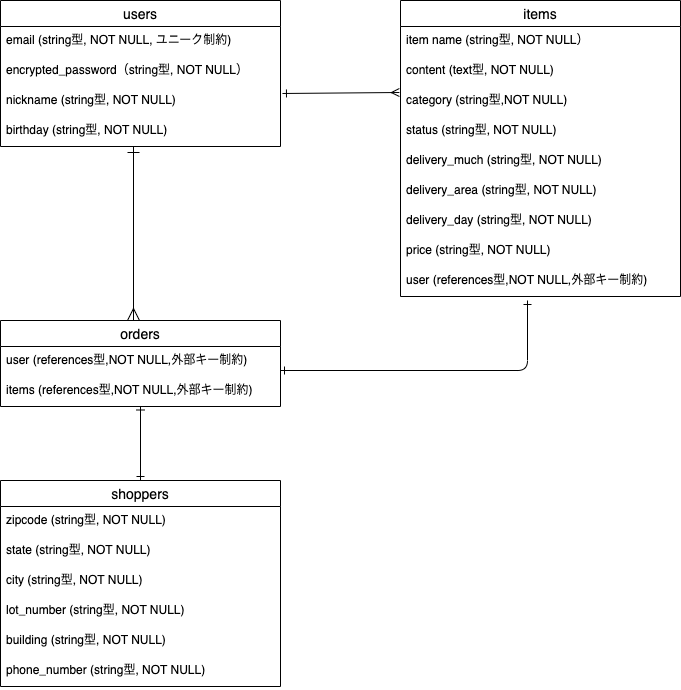
Before: .drawio.png, a diagram exported from draw.io (misternogood/furima-38601). Source tidied: cells renumbered, new cells last; positions are measured from the earlier drawing's top-left corner, leaving out a move shared by most shapes.
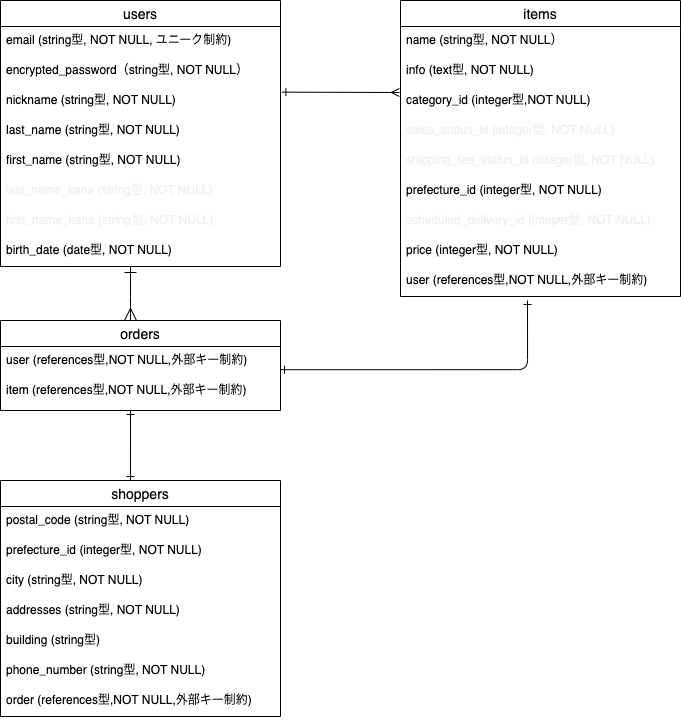
Above is the later version.

The edit, as a diff of the source:
```diff
@@ -2,11 +2,11 @@
   <root>
     <mxCell id="0" />
     <mxCell id="1" parent="0" />
-    <mxCell id="2" style="edgeStyle=none;html=1;exitX=1.007;exitY=0.233;exitDx=0;exitDy=0;exitPerimeter=0;entryX=-0.004;entryY=0.2;entryDx=0;entryDy=0;entryPerimeter=0;strokeColor=default;endArrow=ERmany;endFill=0;startArrow=ERone;startFill=0;" parent="1" edge="1" source="6" target="11">
+    <mxCell id="2" style="edgeStyle=none;html=1;entryX=-0.004;entryY=0.2;entryDx=0;entryDy=0;entryPerimeter=0;strokeColor=default;endArrow=ERmany;endFill=0;startArrow=ERone;startFill=0;exitX=1.005;exitY=0.188;exitDx=0;exitDy=0;exitPerimeter=0;" parent="1" edge="1" source="6" target="11">
       <mxGeometry relative="1" as="geometry" />
     </mxCell>
     <mxCell id="3" value="users" style="swimlane;fontStyle=0;horizontal=1;startSize=26;align=center;fontSize=14;" parent="1" vertex="1">
-      <mxGeometry width="280" height="146" as="geometry" />
+      <mxGeometry width="280" height="266" as="geometry" />
     </mxCell>
     <mxCell id="4" value="email (string型, NOT NULL, ユニーク制約)" style="text;strokeColor=none;fillColor=none;spacingLeft=4;spacingRight=4;overflow=hidden;fontSize=12;" parent="3" vertex="1">
       <mxGeometry y="26" width="280" height="30" as="geometry" />
@@ -17,50 +17,68 @@
     <mxCell id="6" value="nickname (string型, NOT NULL)" style="text;strokeColor=none;fillColor=none;spacingLeft=4;spacingRight=4;overflow=hidden;points=[[0,0.5],[1,0.5]];portConstraint=eastwest;fontSize=12;" parent="3" vertex="1">
       <mxGeometry y="86" width="280" height="30" as="geometry" />
     </mxCell>
+    <mxCell id="31" value="last_name (string型, NOT NULL)" style="text;strokeColor=none;fillColor=none;spacingLeft=4;spacingRight=4;overflow=hidden;fontSize=12;" parent="3" vertex="1">
+      <mxGeometry y="116" width="280" height="30" as="geometry" />
+    </mxCell>
+    <mxCell id="32" value="first_name (string型, NOT NULL)" style="text;strokeColor=none;fillColor=none;spacingLeft=4;spacingRight=4;overflow=hidden;fontSize=12;" parent="3" vertex="1">
+      <mxGeometry y="146" width="280" height="30" as="geometry" />
+    </mxCell>
+    <mxCell id="33" value="last_name_kana (string型, NOT NULL)" style="text;strokeColor=none;fillColor=none;spacingLeft=4;spacingRight=4;overflow=hidden;fontSize=12;fontColor=#F0F0F0;" parent="3" vertex="1">
+      <mxGeometry y="176" width="280" height="30" as="geometry" />
+    </mxCell>
+    <mxCell id="34" value="first_name_kana (string型, NOT NULL)" style="text;strokeColor=none;fillColor=none;spacingLeft=4;spacingRight=4;overflow=hidden;fontSize=12;fontColor=#F0F0F0;" parent="3" vertex="1">
+      <mxGeometry y="206" width="280" height="30" as="geometry" />
+    </mxCell>
-    <mxCell id="7" value="birthday (string型, NOT NULL)" style="text;strokeColor=none;fillColor=none;spacingLeft=4;spacingRight=4;overflow=hidden;points=[[0,0.5],[1,0.5]];portConstraint=eastwest;fontSize=12;" parent="3" vertex="1">
-      <mxGeometry y="116" width="280" height="30" as="geometry" />
+    <mxCell id="7" value="birth_date (date型, NOT NULL)" style="text;strokeColor=none;fillColor=none;spacingLeft=4;spacingRight=4;overflow=hidden;points=[[0,0.5],[1,0.5]];portConstraint=eastwest;fontSize=12;" parent="3" vertex="1">
+      <mxGeometry y="236" width="280" height="30" as="geometry" />
     </mxCell>
     <mxCell id="8" value="items" style="swimlane;fontStyle=0;horizontal=1;startSize=26;align=center;fontSize=14;" parent="1" vertex="1">
       <mxGeometry x="400" width="280" height="296" as="geometry" />
     </mxCell>
-    <mxCell id="9" value="item name (string型, NOT NULL）" style="text;strokeColor=none;fillColor=none;spacingLeft=4;spacingRight=4;overflow=hidden;fontSize=12;" parent="8" vertex="1">
+    <mxCell id="9" value="name (string型, NOT NULL）" style="text;strokeColor=none;fillColor=none;spacingLeft=4;spacingRight=4;overflow=hidden;fontSize=12;" parent="8" vertex="1">
       <mxGeometry y="26" width="280" height="30" as="geometry" />
     </mxCell>
-    <mxCell id="10" value="content (text型, NOT NULL)" style="text;strokeColor=none;fillColor=none;spacingLeft=4;spacingRight=4;overflow=hidden;fontSize=12;" parent="8" vertex="1">
+    <mxCell id="10" value="info (text型, NOT NULL)" style="text;strokeColor=none;fillColor=none;spacingLeft=4;spacingRight=4;overflow=hidden;fontSize=12;" parent="8" vertex="1">
       <mxGeometry y="56" width="280" height="30" as="geometry" />
     </mxCell>
-    <mxCell id="11" value="category (string型,NOT NULL)" style="text;strokeColor=none;fillColor=none;spacingLeft=4;spacingRight=4;overflow=hidden;points=[[0,0.5],[1,0.5]];portConstraint=eastwest;fontSize=12;" parent="8" vertex="1">
+    <mxCell id="11" value="category_id (integer型,NOT NULL)" style="text;strokeColor=none;fillColor=none;spacingLeft=4;spacingRight=4;overflow=hidden;points=[[0,0.5],[1,0.5]];portConstraint=eastwest;fontSize=12;" parent="8" vertex="1">
       <mxGeometry y="86" width="280" height="30" as="geometry" />
     </mxCell>
-    <mxCell id="12" value="status (string型, NOT NULL)" style="text;strokeColor=none;fillColor=none;spacingLeft=4;spacingRight=4;overflow=hidden;fontSize=12;" parent="8" vertex="1">
+    <mxCell id="12" value="sales_status_id (integer型, NOT NULL)" style="text;strokeColor=none;fillColor=none;spacingLeft=4;spacingRight=4;overflow=hidden;fontSize=12;fontColor=#F0F0F0;" parent="8" vertex="1">
       <mxGeometry y="116" width="280" height="30" as="geometry" />
     </mxCell>
-    <mxCell id="13" value="delivery_much (string型, NOT NULL)" style="text;strokeColor=none;fillColor=none;spacingLeft=4;spacingRight=4;overflow=hidden;fontSize=12;" parent="8" vertex="1">
+    <mxCell id="13" value="shipping_fee_status_id (integer型, NOT NULL)" style="text;strokeColor=none;fillColor=none;spacingLeft=4;spacingRight=4;overflow=hidden;fontSize=12;fontColor=#F0F0F0;" parent="8" vertex="1">
       <mxGeometry y="146" width="280" height="30" as="geometry" />
     </mxCell>
-    <mxCell id="14" value="delivery_area (string型, NOT NULL)" style="text;strokeColor=none;fillColor=none;spacingLeft=4;spacingRight=4;overflow=hidden;fontSize=12;" parent="8" vertex="1">
+    <mxCell id="14" value="prefecture_id (integer型, NOT NULL)" style="text;strokeColor=none;fillColor=none;spacingLeft=4;spacingRight=4;overflow=hidden;fontSize=12;" parent="8" vertex="1">
       <mxGeometry y="176" width="280" height="30" as="geometry" />
     </mxCell>
-    <mxCell id="15" value="delivery_day (string型, NOT NULL)" style="text;strokeColor=none;fillColor=none;spacingLeft=4;spacingRight=4;overflow=hidden;fontSize=12;" parent="8" vertex="1">
+    <mxCell id="15" value="scheduled_delivery_id (integer型, NOT NULL)" style="text;strokeColor=none;fillColor=none;spacingLeft=4;spacingRight=4;overflow=hidden;fontSize=12;fontColor=#F0F0F0;" parent="8" vertex="1">
       <mxGeometry y="206" width="280" height="30" as="geometry" />
     </mxCell>
-    <mxCell id="16" value="price (string型, NOT NULL)" style="text;strokeColor=none;fillColor=none;spacingLeft=4;spacingRight=4;overflow=hidden;fontSize=12;" parent="8" vertex="1">
+    <mxCell id="16" value="price (integer型, NOT NULL)" style="text;strokeColor=none;fillColor=none;spacingLeft=4;spacingRight=4;overflow=hidden;fontSize=12;" parent="8" vertex="1">
       <mxGeometry y="236" width="280" height="30" as="geometry" />
     </mxCell>
     <mxCell id="17" value="user (references型,NOT NULL,外部キー制約)" style="text;strokeColor=none;fillColor=none;spacingLeft=4;spacingRight=4;overflow=hidden;fontSize=12;" parent="8" vertex="1">
       <mxGeometry y="266" width="280" height="30" as="geometry" />
     </mxCell>
     <mxCell id="18" value="orders" style="swimlane;fontStyle=0;horizontal=1;startSize=26;align=center;fontSize=14;" parent="1" vertex="1">
-      <mxGeometry y="320" width="280" height="86" as="geometry" />
+      <mxGeometry y="320" width="280" height="90" as="geometry" />
     </mxCell>
     <mxCell id="19" value="user (references型,NOT NULL,外部キー制約)" style="text;strokeColor=none;fillColor=none;spacingLeft=4;spacingRight=4;overflow=hidden;fontSize=12;" parent="18" vertex="1">
       <mxGeometry y="26" width="280" height="30" as="geometry" />
     </mxCell>
-    <mxCell id="20" value="items (references型,NOT NULL,外部キー制約)" style="text;strokeColor=none;fillColor=none;spacingLeft=4;spacingRight=4;overflow=hidden;points=[[0,0.5],[1,0.5]];portConstraint=eastwest;fontSize=12;" parent="18" vertex="1">
-      <mxGeometry y="56" width="280" height="30" as="geometry" />
+    <mxCell id="20" value="item (references型,NOT NULL,外部キー制約)" style="text;strokeColor=none;fillColor=none;spacingLeft=4;spacingRight=4;overflow=hidden;points=[[0,0.5],[1,0.5]];portConstraint=eastwest;fontSize=12;" parent="18" vertex="1">
+      <mxGeometry y="56" width="280" height="34" as="geometry" />
     </mxCell>
-    <mxCell id="21" style="edgeStyle=none;html=1;exitX=0.475;exitY=1;exitDx=0;exitDy=0;exitPerimeter=0;strokeColor=default;endArrow=ERmany;endFill=0;startArrow=ERone;startFill=0;entryX=0.475;entryY=0;entryDx=0;entryDy=0;entryPerimeter=0;strokeWidth=1;endSize=10;startSize=10;" parent="1" edge="1" source="7" target="18">
-      <mxGeometry relative="1" as="geometry" />
+    <mxCell id="21" style="edgeStyle=none;html=1;strokeColor=default;endArrow=ERmany;endFill=0;startArrow=ERone;startFill=0;strokeWidth=1;endSize=10;startSize=10;" parent="1" edge="1">
+      <mxGeometry relative="1" as="geometry">
+        <mxPoint x="130" y="266" as="sourcePoint" />
+        <mxPoint x="130" y="320" as="targetPoint" />
+        <Array as="points">
+          <mxPoint x="130" y="306" />
+        </Array>
+      </mxGeometry>
     </mxCell>
     <mxCell id="22" style="edgeStyle=orthogonalEdgeStyle;html=1;entryX=1;entryY=-0.2;entryDx=0;entryDy=0;entryPerimeter=0;strokeColor=default;endArrow=ERone;endFill=0;startArrow=ERone;startFill=0;" parent="1" edge="1" target="20">
       <mxGeometry relative="1" as="geometry">
@@ -71,28 +89,33 @@
       </mxGeometry>
     </mxCell>
     <mxCell id="23" value="shoppers" style="swimlane;fontStyle=0;horizontal=1;startSize=26;align=center;fontSize=14;" parent="1" vertex="1">
-      <mxGeometry y="480" width="280" height="206" as="geometry" />
+      <mxGeometry y="480" width="280" height="236" as="geometry" />
     </mxCell>
-    <mxCell id="24" value="zipcode (string型, NOT NULL)" style="text;strokeColor=none;fillColor=none;spacingLeft=4;spacingRight=4;overflow=hidden;fontSize=12;" parent="23" vertex="1">
+    <mxCell id="24" value="postal_code (string型, NOT NULL)" style="text;strokeColor=none;fillColor=none;spacingLeft=4;spacingRight=4;overflow=hidden;fontSize=12;" parent="23" vertex="1">
       <mxGeometry y="26" width="280" height="30" as="geometry" />
     </mxCell>
-    <mxCell id="25" value="state (string型, NOT NULL)" style="text;strokeColor=none;fillColor=none;spacingLeft=4;spacingRight=4;overflow=hidden;fontSize=12;" parent="23" vertex="1">
+    <mxCell id="25" value="prefecture_id (integer型, NOT NULL)" style="text;strokeColor=none;fillColor=none;spacingLeft=4;spacingRight=4;overflow=hidden;fontSize=12;" parent="23" vertex="1">
       <mxGeometry y="56" width="280" height="30" as="geometry" />
     </mxCell>
     <mxCell id="26" value="city (string型, NOT NULL)" style="text;strokeColor=none;fillColor=none;spacingLeft=4;spacingRight=4;overflow=hidden;fontSize=12;" parent="23" vertex="1">
       <mxGeometry y="86" width="280" height="30" as="geometry" />
     </mxCell>
-    <mxCell id="27" value="lot_number (string型, NOT NULL)" style="text;strokeColor=none;fillColor=none;spacingLeft=4;spacingRight=4;overflow=hidden;fontSize=12;" parent="23" vertex="1">
+    <mxCell id="27" value="addresses (string型, NOT NULL)" style="text;strokeColor=none;fillColor=none;spacingLeft=4;spacingRight=4;overflow=hidden;fontSize=12;" parent="23" vertex="1">
       <mxGeometry y="116" width="280" height="30" as="geometry" />
     </mxCell>
-    <mxCell id="28" value="building (string型, NOT NULL)" style="text;strokeColor=none;fillColor=none;spacingLeft=4;spacingRight=4;overflow=hidden;fontSize=12;" parent="23" vertex="1">
+    <mxCell id="28" value="building (string型)" style="text;strokeColor=none;fillColor=none;spacingLeft=4;spacingRight=4;overflow=hidden;fontSize=12;" parent="23" vertex="1">
       <mxGeometry y="146" width="280" height="30" as="geometry" />
     </mxCell>
     <mxCell id="29" value="phone_number (string型, NOT NULL)" style="text;strokeColor=none;fillColor=none;spacingLeft=4;spacingRight=4;overflow=hidden;fontSize=12;" parent="23" vertex="1">
       <mxGeometry y="176" width="280" height="30" as="geometry" />
     </mxCell>
+    <mxCell id="35" value="order (references型,NOT NULL,外部キー制約)" style="text;strokeColor=none;fillColor=none;spacingLeft=4;spacingRight=4;overflow=hidden;fontSize=12;" parent="23" vertex="1">
+      <mxGeometry y="206" width="280" height="30" as="geometry" />
+    </mxCell>
-    <mxCell id="30" style="html=1;strokeColor=default;endArrow=ERone;endFill=0;startArrow=ERone;startFill=0;exitX=0.5;exitY=0.983;exitDx=0;exitDy=0;exitPerimeter=0;" parent="1" edge="1" source="20" target="23">
-      <mxGeometry relative="1" as="geometry" />
+    <mxCell id="30" style="html=1;strokeColor=default;endArrow=ERone;endFill=0;startArrow=ERone;startFill=0;entryX=0.464;entryY=0;entryDx=0;entryDy=0;entryPerimeter=0;" parent="1" edge="1" target="23">
+      <mxGeometry relative="1" as="geometry">
+        <mxPoint x="130" y="410" as="sourcePoint" />
+      </mxGeometry>
     </mxCell>
   </root>
 </mxGraphModel>
```
